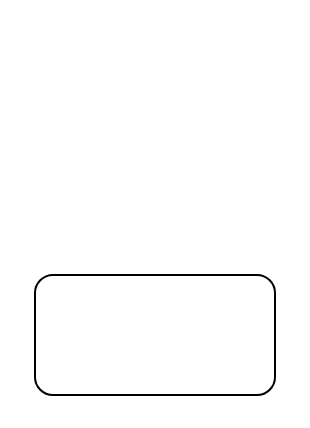
This is tree-of-life.drawio from Neocrumm/diagrams.net, a draw.io file, before an edit. Source tidied: cells renumbered, new cells numbered last; positions are measured from the earlier drawing's top-left corner, leaving out a move shared by most shapes. Both pictures are drawn from the tidied source at 200%, with x=0, y=0 at pixel (34, 274).
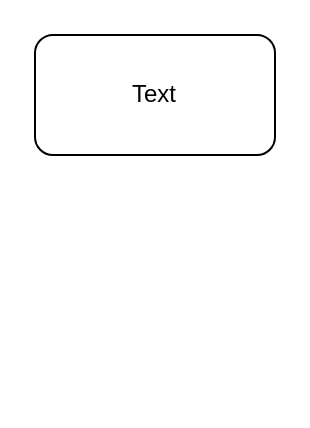
The same page after the edit.

Change to the diagram source:
```diff
@@
 <mxGraphModel background="#ffffff">
   <root>
     <mxCell id="0" />
     <mxCell id="1" parent="0" />
+    <mxCell id="3" style="group;fontFamily=Comic Sans MS;" parent="1" vertex="1">
+      <mxGeometry y="-120" width="120" height="60" as="geometry" />
+    </mxCell>
-    <mxCell id="2" style="rounded=1;whiteSpace=wrap;html=1;" parent="1" vertex="1">
+    <mxCell id="2" style="rounded=1;whiteSpace=wrap;html=1;" parent="3" vertex="1">
       <mxGeometry width="120" height="60" as="geometry" />
     </mxCell>
+    <mxCell id="4" value="Text" style="text;html=1;strokeColor=none;fillColor=none;align=center;verticalAlign=middle;whiteSpace=wrap;rounded=0;" parent="3" vertex="1">
+      <mxGeometry x="40" y="20" width="40" height="20" as="geometry" />
+    </mxCell>
   </root>
 </mxGraphModel>
```
